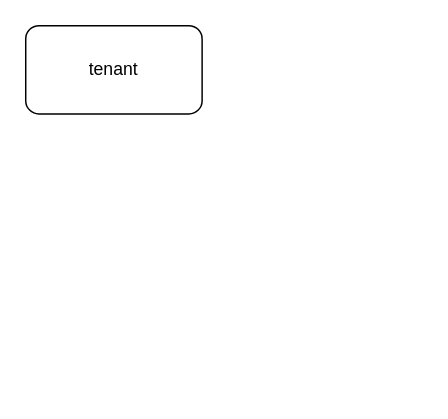
Above: 未命名绘图.drawio in hanzhihua/webx.studio (draw.io), before the change. Source tidied: cells renumbered, new cells numbered last; positions are measured from the earlier drawing's top-left corner, leaving out a move shared by most shapes. Both pictures are drawn from the tidied source at 147%, with x=0, y=0 at pixel (25, 25).
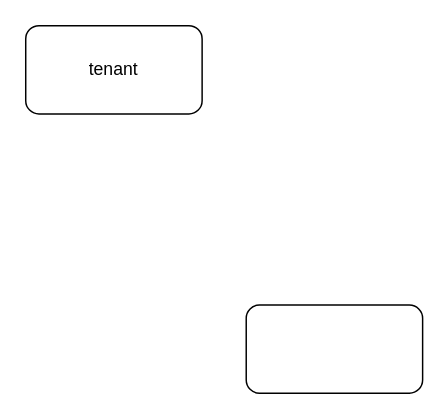
The same page after the edit.

What changed in the source:
```diff
@@
 <mxGraphModel>
   <root>
     <mxCell id="0" />
     <mxCell id="1" parent="0" />
     <mxCell id="2" value="tenant" style="rounded=1;whiteSpace=wrap;html=1;" parent="1" vertex="1">
       <mxGeometry width="120" height="60" as="geometry" />
     </mxCell>
+    <mxCell id="3" style="rounded=1;whiteSpace=wrap;html=1;" parent="1" vertex="1">
+      <mxGeometry x="150" y="190" width="120" height="60" as="geometry" />
+    </mxCell>
   </root>
 </mxGraphModel>
```
